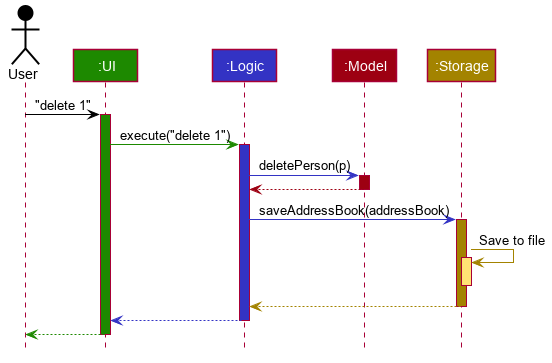
Before: docs/images/ArchitectureSequenceDiagram.png, a diagram exported from PlantUML (nus-cs2103-AY1920S2/addressbook-level3).
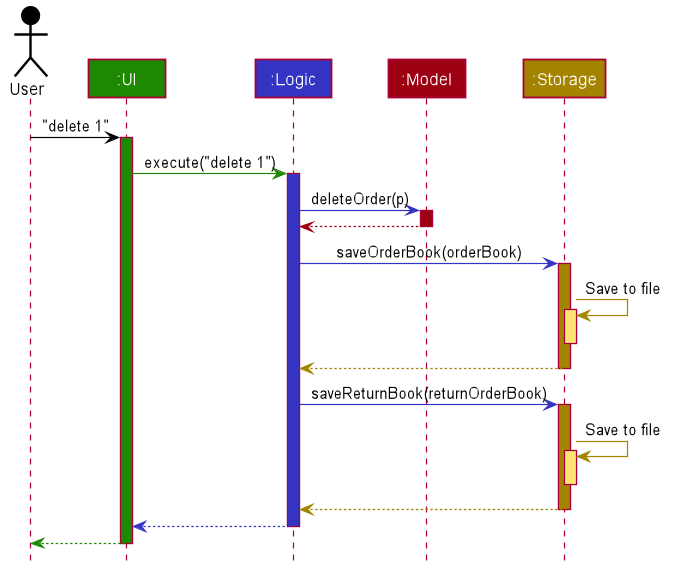
After the change.

Diff of the diagram source:
```diff
@@ -60,13 +60,23 @@
 ui -[#1D8900]> logic : execute("delete 1")
 activate logic #3333C4
 
-logic -[#3333C4]> model : deletePerson(p)
+logic -[#3333C4]> model : deleteOrder(p)
 activate model #9D0012
 
 model -[#9D0012]-> logic
 deactivate model
 
-logic -[#3333C4]> storage : saveAddressBook(addressBook)
+logic -[#3333C4]> storage : saveOrderBook(orderBook)
+activate storage #A38300
+
+storage -[#A38300]> storage : Save to file
+activate storage #FFE374
+deactivate storage
+
+storage --[#A38300]> logic
+deactivate storage
+
+logic -[#3333C4]> storage : saveReturnBook(returnOrderBook)
 activate storage #A38300
 
 storage -[#A38300]> storage : Save to file
```
